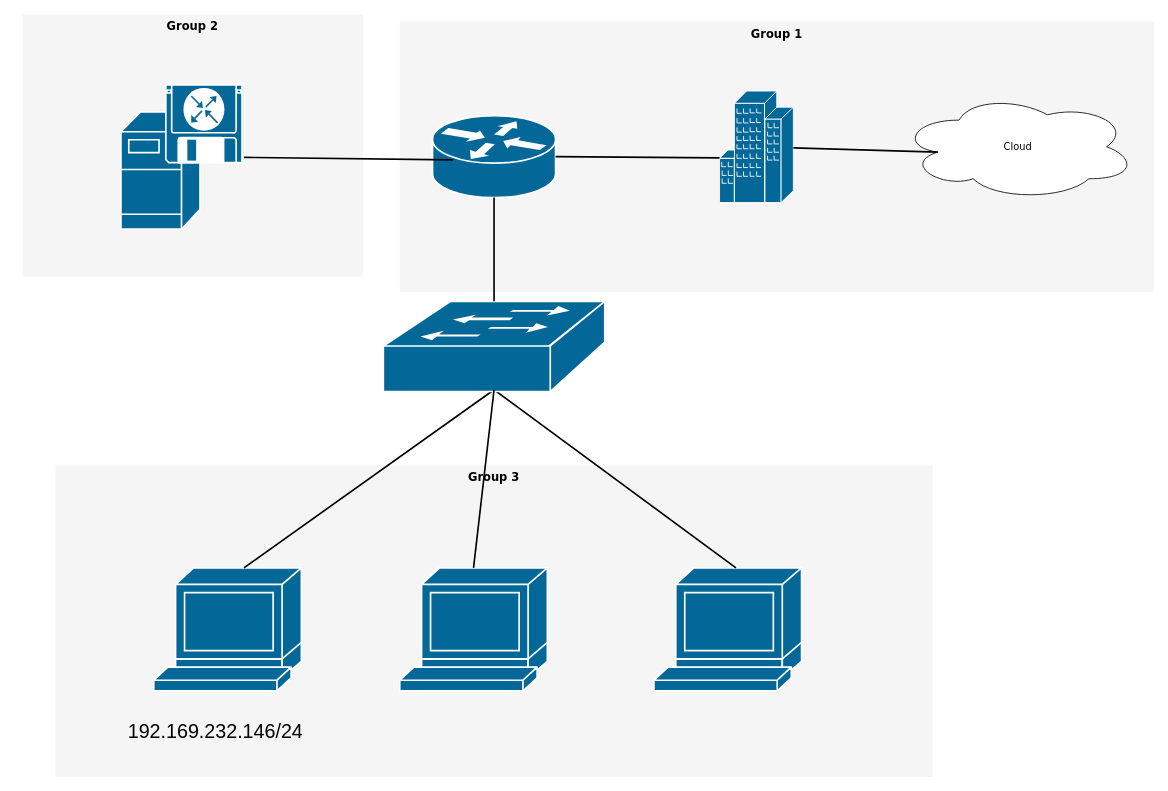
The draw.io diagram Diagramme sans nom.drawio in AyoubTe/AyoubTe, before the edit. Source tidied: cells renumbered, new cells numbered last; positions are measured from the earlier drawing's top-left corner, leaving out a move shared by most shapes. Both pictures are drawn from the tidied source at 82%, with x=0, y=0 at pixel (22, 14).
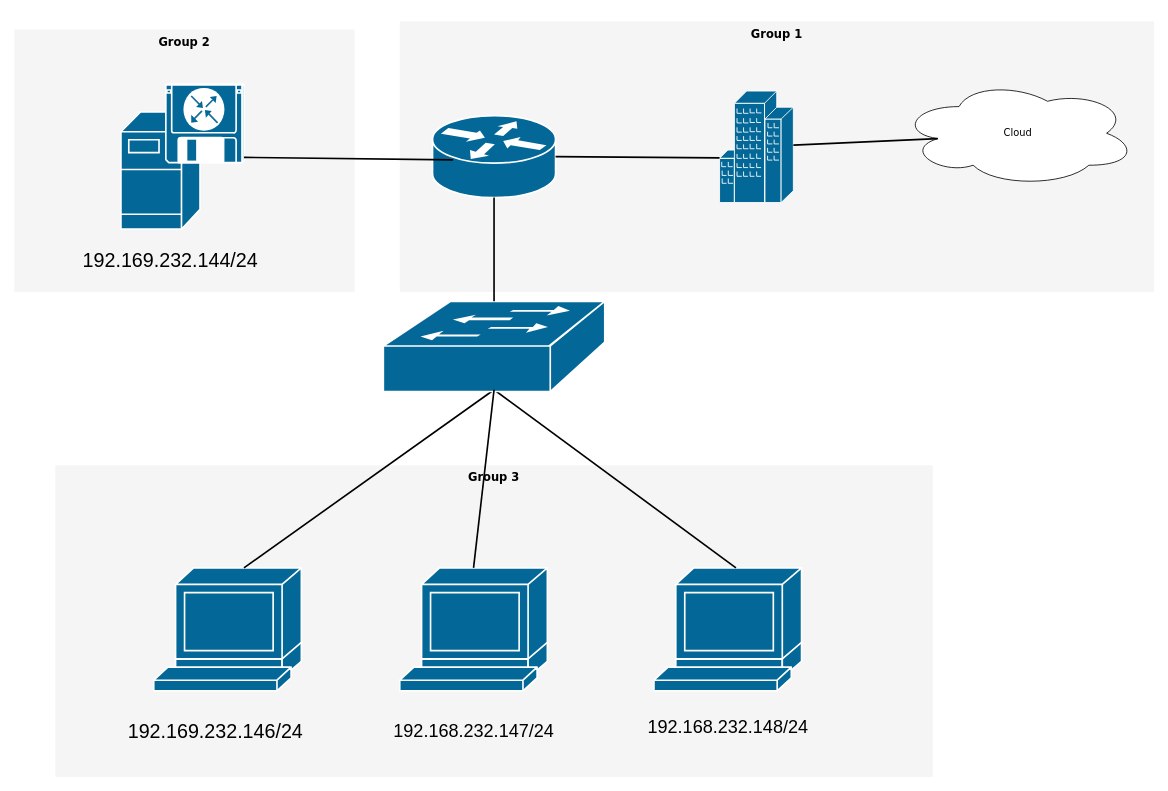
The same page after the edit.

Commit message (it also covers changes not shown here):
Mettre à jour Diagramme sans nom.drawio

Diff of the diagram source:
```diff
@@
     <mxCell id="4" value="Group 2" style="whiteSpace=wrap;html=1;rounded=0;shadow=0;comic=0;strokeWidth=1;fontFamily=Verdana;fontSize=14;fillColor=#f5f5f5;strokeColor=none;fontStyle=1;verticalAlign=top;" parent="1" vertex="1">
-      <mxGeometry width="415" height="320" as="geometry" />
+      <mxGeometry x="-10" y="18.5" width="415" height="320" as="geometry" />
     </mxCell>
     <mxCell id="5" value="Cloud" style="ellipse;shape=cloud;whiteSpace=wrap;html=1;rounded=0;shadow=0;comic=0;strokeWidth=1;fontFamily=Verdana;fontSize=12;" parent="1" vertex="1">
-      <mxGeometry x="1070" y="96.5" width="288" height="130" as="geometry" />
+      <mxGeometry x="1070" y="80" width="288" height="130" as="geometry" />
     </mxCell>
@@
+    <mxCell id="21" value="&lt;font style=&quot;font-size: 22px;&quot;&gt;192.168.232.147/24&lt;/font&gt;" style="text;html=1;align=center;verticalAlign=middle;strokeColor=none;fillColor=none;" parent="1" vertex="1">
+      <mxGeometry x="440" y="855" width="220" height="40" as="geometry" />
+    </mxCell>
+    <mxCell id="22" value="&lt;font style=&quot;font-size: 22px;&quot;&gt;192.168.232.148/24&lt;/font&gt;" style="text;html=1;align=center;verticalAlign=middle;strokeColor=none;fillColor=none;" parent="1" vertex="1">
+      <mxGeometry x="750" y="850" width="220" height="40" as="geometry" />
+    </mxCell>
+    <mxCell id="23" value="&lt;font style=&quot;font-size: 24px;&quot;&gt;192.169.232.144/24&lt;/font&gt;" style="text;html=1;align=center;verticalAlign=middle;strokeColor=none;fillColor=none;" parent="1" vertex="1">
+      <mxGeometry x="60" y="280" width="240" height="40" as="geometry" />
+    </mxCell>
```
